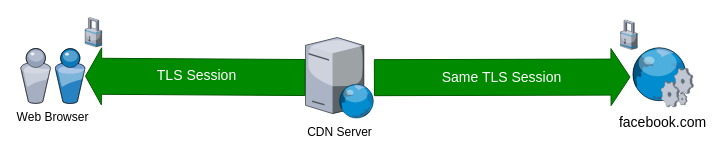
Before: page "Traditional Reverse Proxy" (2 of 3) of proj/passthru.drawio.xml in gaukas/passthru, a draw.io diagram. Source tidied: cells renumbered, new cells numbered last; positions are measured from the earlier drawing's top-left corner, leaving out a move shared by most shapes. Both pictures are drawn from the tidied source at 100%, with x=0, y=0 at pixel (20, 17).
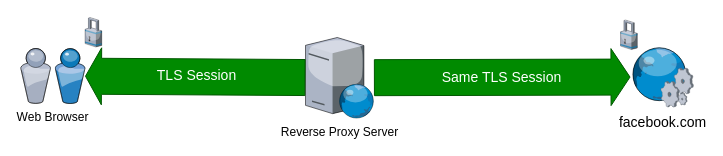
Above is the later version.

The edit, as a diff of the source:
```diff
@@
 <mxGraphModel>
   <root>
     <mxCell id="0" />
     <mxCell id="1" parent="0" />
     <mxCell id="2" value="Web Browser" style="verticalLabelPosition=bottom;sketch=0;html=1;verticalAlign=top;strokeColor=none;align=center;outlineConnect=0;shape=mxgraph.citrix.users;" parent="1" vertex="1">
       <mxGeometry y="31" width="64.5" height="55" as="geometry" />
     </mxCell>
     <mxCell id="3" value="Same TLS Session" style="shape=flexArrow;endArrow=classic;startArrow=none;html=1;rounded=0;width=36;startSize=5;fillColor=#008a00;strokeColor=#005700;labelBackgroundColor=none;fontSize=14;fontColor=#FFFFFF;" parent="1" edge="1" source="5" target="4">
       <mxGeometry relative="1" as="geometry" />
     </mxCell>
     <mxCell id="4" value="facebook.com" style="verticalLabelPosition=bottom;sketch=0;html=1;verticalAlign=top;strokeColor=none;align=center;outlineConnect=0;shape=mxgraph.citrix.web_service;fontSize=14;" parent="1" vertex="1">
       <mxGeometry x="610" y="29.5" width="63" height="60" as="geometry" />
     </mxCell>
-    <mxCell id="5" value="CDN Server" style="verticalLabelPosition=bottom;sketch=0;html=1;verticalAlign=top;strokeColor=none;align=center;outlineConnect=0;shape=mxgraph.citrix.web_server;" parent="1" vertex="1">
+    <mxCell id="5" value="Reverse Proxy Server" style="verticalLabelPosition=bottom;sketch=0;html=1;verticalAlign=top;strokeColor=none;align=center;outlineConnect=0;shape=mxgraph.citrix.web_server;" parent="1" vertex="1">
       <mxGeometry x="285" y="20" width="68.4" height="80.5" as="geometry" />
     </mxCell>
     <mxCell id="6" style="shape=flexArrow;endArrow=none;startArrow=classic;html=1;rounded=0;width=36;startSize=5;fillColor=#008a00;strokeColor=#005700;labelBackgroundColor=none;fontSize=14;fontColor=#FFFFFF;" parent="1" edge="1" source="2" target="5">
       <mxGeometry relative="1" as="geometry" />
     </mxCell>
     <mxCell id="7" value="&lt;font color=&quot;#ffffff&quot;&gt;TLS Session&lt;/font&gt;" style="edgeLabel;html=1;align=center;verticalAlign=middle;fontSize=14;labelBackgroundColor=none;" parent="6" vertex="1">
       <mxGeometry x="-0.4" y="3" relative="1" as="geometry">
         <mxPoint x="45" y="1" as="offset" />
       </mxGeometry>
     </mxCell>
     <mxCell id="8" style="verticalLabelPosition=bottom;sketch=0;html=1;verticalAlign=top;strokeColor=none;align=center;shape=mxgraph.citrix.security;" parent="1" vertex="1">
       <mxGeometry x="600" y="2.5" width="16.8" height="29.5" as="geometry" />
     </mxCell>
     <mxCell id="9" style="verticalLabelPosition=bottom;sketch=0;html=1;verticalAlign=top;strokeColor=none;align=center;shape=mxgraph.citrix.security;" parent="1" vertex="1">
       <mxGeometry x="64.5" width="16.8" height="29.5" as="geometry" />
     </mxCell>
   </root>
 </mxGraphModel>
```
